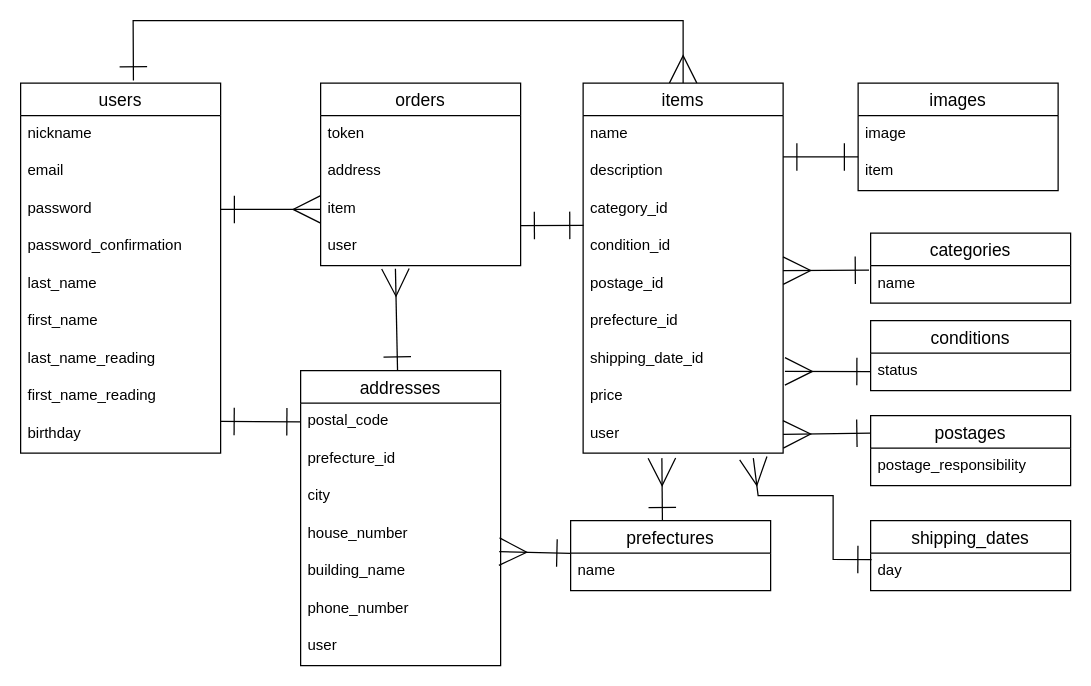
Before: ER.dio in haruharuGit/furima-41687, a draw.io diagram. Source tidied: cells renumbered, new cells numbered last; positions are measured from the earlier drawing's top-left corner, leaving out a move shared by most shapes. Both pictures are drawn from the tidied source at 125%, with x=0, y=0 at pixel (20, 20).
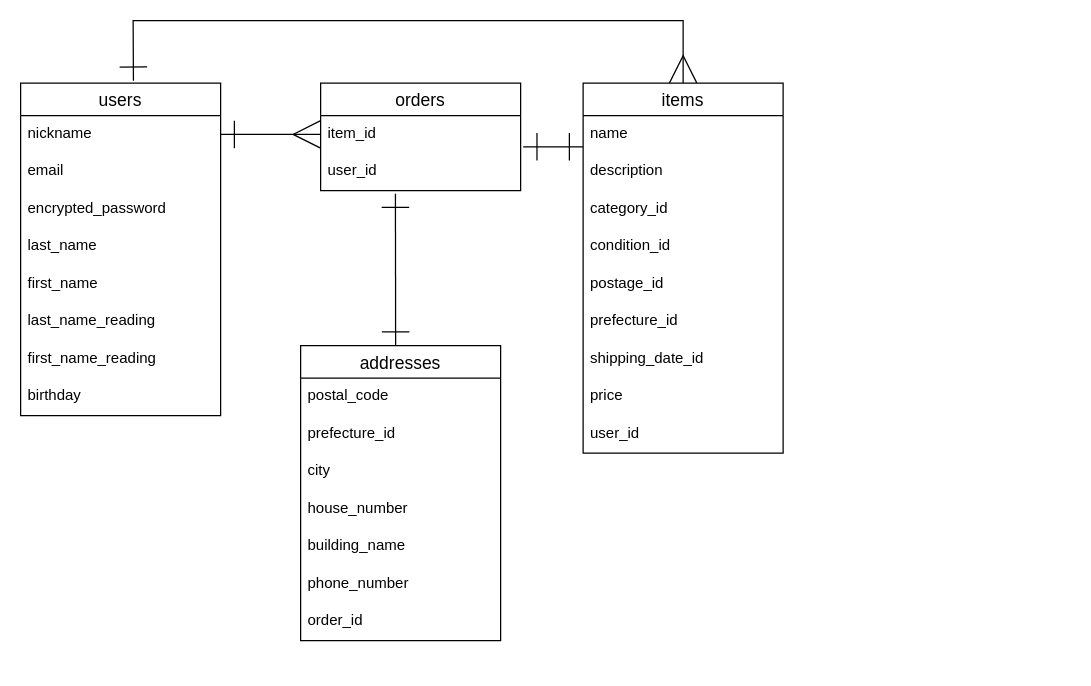
After the change.

Commit message (it also covers changes not shown here):
データベース設計(修正)

Unchanged cells that the change refers to:
```xml
<mxCell id="5" value="nickname" style="text;strokeColor=none;fillColor=none;spacingLeft=4;spacingRight=4;overflow=hidden;points=[[0,0.5],[1,0.5]];portConstraint=eastwest;fontSize=12;" parent="4" vertex="1">
  <mxGeometry y="26" width="160" height="30" as="geometry" />
</mxCell>
<mxCell id="15" value="items" style="swimlane;fontStyle=0;horizontal=1;startSize=26;align=center;fontSize=14;" parent="1" vertex="1">
  <mxGeometry x="450" y="50" width="160" height="296" as="geometry" />
</mxCell>
<mxCell id="16" value="name" style="text;strokeColor=none;fillColor=none;spacingLeft=4;spacingRight=4;overflow=hidden;points=[[0,0.5],[1,0.5]];portConstraint=eastwest;fontSize=12;" parent="15" vertex="1">
  <mxGeometry y="26" width="160" height="30" as="geometry" />
</mxCell>
<mxCell id="19" value="condition_id" style="text;strokeColor=none;fillColor=none;spacingLeft=4;spacingRight=4;overflow=hidden;points=[[0,0.5],[1,0.5]];portConstraint=eastwest;fontSize=12;" parent="15" vertex="1">
  <mxGeometry y="116" width="160" height="30" as="geometry" />
</mxCell>
<mxCell id="22" value="shipping_date_id" style="text;strokeColor=none;fillColor=none;spacingLeft=4;spacingRight=4;overflow=hidden;points=[[0,0.5],[1,0.5]];portConstraint=eastwest;fontSize=12;" parent="15" vertex="1">
  <mxGeometry y="206" width="160" height="30" as="geometry" />
</mxCell>
<mxCell id="32" value="postal_code" style="text;strokeColor=none;fillColor=none;spacingLeft=4;spacingRight=4;overflow=hidden;points=[[0,0.5],[1,0.5]];portConstraint=eastwest;fontSize=12;" parent="31" vertex="1">
  <mxGeometry y="26" width="160" height="30" as="geometry" />
</mxCell>
<mxCell id="36" value="building_name" style="text;strokeColor=none;fillColor=none;spacingLeft=4;spacingRight=4;overflow=hidden;points=[[0,0.5],[1,0.5]];portConstraint=eastwest;fontSize=12;" parent="31" vertex="1">
  <mxGeometry y="146" width="160" height="30" as="geometry" />
</mxCell>
```

Diff of the diagram source:
```diff
@@
-    <mxCell id="2" style="edgeStyle=none;rounded=0;html=1;entryX=0;entryY=0.5;entryDx=0;entryDy=0;strokeWidth=1;startArrow=ERone;startFill=0;endArrow=ERmany;endFill=0;startSize=20;endSize=20;targetPerimeterSpacing=0;exitX=1;exitY=0.5;exitDx=0;exitDy=0;" parent="1" edge="1" source="7" target="28">
+    <mxCell id="2" style="edgeStyle=none;rounded=0;html=1;entryX=0;entryY=0.5;entryDx=0;entryDy=0;strokeWidth=1;startArrow=ERone;startFill=0;endArrow=ERmany;endFill=0;startSize=20;endSize=20;targetPerimeterSpacing=0;exitX=1;exitY=0.5;exitDx=0;exitDy=0;" parent="1" edge="1" source="5" target="28">
       <mxGeometry relative="1" as="geometry" />
     </mxCell>
@@
     <mxCell id="4" value="users" style="swimlane;fontStyle=0;horizontal=1;startSize=26;align=center;fontSize=14;" parent="1" vertex="1">
-      <mxGeometry y="50" width="160" height="296" as="geometry" />
+      <mxGeometry y="50" width="160" height="266" as="geometry" />
     </mxCell>
@@
-    <mxCell id="7" value="password" style="text;strokeColor=none;fillColor=none;spacingLeft=4;spacingRight=4;overflow=hidden;points=[[0,0.5],[1,0.5]];portConstraint=eastwest;fontSize=12;" parent="4" vertex="1">
+    <mxCell id="7" value="encrypted_password" style="text;strokeColor=none;fillColor=none;spacingLeft=4;spacingRight=4;overflow=hidden;points=[[0,0.5],[1,0.5]];portConstraint=eastwest;fontSize=12;" parent="4" vertex="1">
       <mxGeometry y="86" width="160" height="30" as="geometry" />
     </mxCell>
-    <mxCell id="8" value="password_confirmation" style="text;strokeColor=none;fillColor=none;spacingLeft=4;spacingRight=4;overflow=hidden;fontSize=12;" parent="4" vertex="1">
-      <mxGeometry y="116" width="160" height="30" as="geometry" />
-    </mxCell>
     <mxCell id="9" value="last_name" style="text;strokeColor=none;fillColor=none;spacingLeft=4;spacingRight=4;overflow=hidden;fontSize=12;" parent="4" vertex="1">
-      <mxGeometry y="146" width="160" height="30" as="geometry" />
+      <mxGeometry y="116" width="160" height="30" as="geometry" />
     </mxCell>
     <mxCell id="10" value="first_name" style="text;strokeColor=none;fillColor=none;spacingLeft=4;spacingRight=4;overflow=hidden;fontSize=12;" parent="4" vertex="1">
-      <mxGeometry y="176" width="160" height="30" as="geometry" />
+      <mxGeometry y="146" width="160" height="30" as="geometry" />
     </mxCell>
     <mxCell id="11" value="last_name_reading" style="text;strokeColor=none;fillColor=none;spacingLeft=4;spacingRight=4;overflow=hidden;fontSize=12;" parent="4" vertex="1">
-      <mxGeometry y="206" width="160" height="30" as="geometry" />
+      <mxGeometry y="176" width="160" height="30" as="geometry" />
     </mxCell>
     <mxCell id="12" value="first_name_reading" style="text;strokeColor=none;fillColor=none;spacingLeft=4;spacingRight=4;overflow=hidden;fontSize=12;" parent="4" vertex="1">
-      <mxGeometry y="236" width="160" height="30" as="geometry" />
+      <mxGeometry y="206" width="160" height="30" as="geometry" />
     </mxCell>
     <mxCell id="13" value="birthday" style="text;strokeColor=none;fillColor=none;spacingLeft=4;spacingRight=4;overflow=hidden;points=[[0,0.5],[1,0.5]];portConstraint=eastwest;fontSize=12;" parent="4" vertex="1">
-      <mxGeometry y="266" width="160" height="30" as="geometry" />
+      <mxGeometry y="236" width="160" height="30" as="geometry" />
     </mxCell>
-    <mxCell id="14" style="edgeStyle=none;rounded=0;html=1;strokeWidth=1;startArrow=ERone;startFill=0;endArrow=ERone;endFill=0;startSize=20;endSize=20;targetPerimeterSpacing=0;exitX=0.002;exitY=-0.075;exitDx=0;exitDy=0;exitPerimeter=0;" parent="1" edge="1" source="19">
-      <mxGeometry relative="1" as="geometry">
-        <mxPoint x="400" y="164" as="targetPoint" />
-      </mxGeometry>
+    <mxCell id="14" style="edgeStyle=none;rounded=0;html=1;strokeWidth=1;startArrow=ERone;startFill=0;endArrow=ERone;endFill=0;startSize=20;endSize=20;targetPerimeterSpacing=0;exitX=0;exitY=0.833;exitDx=0;exitDy=0;exitPerimeter=0;entryX=1.013;entryY=0.833;entryDx=0;entryDy=0;entryPerimeter=0;" parent="1" edge="1" source="16" target="28">
+      <mxGeometry relative="1" as="geometry" />
     </mxCell>
@@
-    <mxCell id="24" value="user" style="text;strokeColor=none;fillColor=none;spacingLeft=4;spacingRight=4;overflow=hidden;points=[[0,0.5],[1,0.5]];portConstraint=eastwest;fontSize=12;" parent="15" vertex="1">
+    <mxCell id="24" value="user_id" style="text;strokeColor=none;fillColor=none;spacingLeft=4;spacingRight=4;overflow=hidden;points=[[0,0.5],[1,0.5]];portConstraint=eastwest;fontSize=12;" parent="15" vertex="1">
       <mxGeometry y="266" width="160" height="30" as="geometry" />
     </mxCell>
     <mxCell id="25" value="orders" style="swimlane;fontStyle=0;horizontal=1;startSize=26;align=center;fontSize=14;" parent="1" vertex="1">
-      <mxGeometry x="240" y="50" width="160" height="146" as="geometry" />
+      <mxGeometry x="240" y="50" width="160" height="86" as="geometry" />
     </mxCell>
-    <mxCell id="26" value="token" style="text;strokeColor=none;fillColor=none;spacingLeft=4;spacingRight=4;overflow=hidden;fontSize=12;" parent="25" vertex="1">
-      <mxGeometry y="26" width="160" height="30" as="geometry" />
-    </mxCell>
-    <mxCell id="27" value="address" style="text;strokeColor=none;fillColor=none;spacingLeft=4;spacingRight=4;overflow=hidden;fontSize=12;" parent="25" vertex="1">
-      <mxGeometry y="56" width="160" height="30" as="geometry" />
-    </mxCell>
-    <mxCell id="28" value="item" style="text;strokeColor=none;fillColor=none;spacingLeft=4;spacingRight=4;overflow=hidden;points=[[0,0.5],[1,0.5]];portConstraint=eastwest;fontSize=12;" parent="25" vertex="1">
-      <mxGeometry y="86" width="160" height="30" as="geometry" />
+    <mxCell id="28" value="item_id" style="text;strokeColor=none;fillColor=none;spacingLeft=4;spacingRight=4;overflow=hidden;points=[[0,0.5],[1,0.5]];portConstraint=eastwest;fontSize=12;" parent="25" vertex="1">
+      <mxGeometry y="26" width="160" height="30" as="geometry" />
     </mxCell>
-    <mxCell id="29" value="user" style="text;strokeColor=none;fillColor=none;spacingLeft=4;spacingRight=4;overflow=hidden;points=[[0,0.5],[1,0.5]];portConstraint=eastwest;fontSize=12;" parent="25" vertex="1">
-      <mxGeometry y="116" width="160" height="30" as="geometry" />
+    <mxCell id="29" value="user_id" style="text;strokeColor=none;fillColor=none;spacingLeft=4;spacingRight=4;overflow=hidden;points=[[0,0.5],[1,0.5]];portConstraint=eastwest;fontSize=12;" parent="25" vertex="1">
+      <mxGeometry y="56" width="160" height="30" as="geometry" />
     </mxCell>
-    <mxCell id="30" style="edgeStyle=none;rounded=0;html=1;strokeWidth=1;startArrow=ERone;startFill=0;endArrow=ERone;endFill=0;startSize=20;endSize=20;targetPerimeterSpacing=0;exitX=0;exitY=0.5;exitDx=0;exitDy=0;entryX=0.999;entryY=0.153;entryDx=0;entryDy=0;entryPerimeter=0;" parent="1" edge="1" source="32" target="13">
-      <mxGeometry relative="1" as="geometry" />
-    </mxCell>
     <mxCell id="31" value="addresses" style="swimlane;fontStyle=0;horizontal=1;startSize=26;align=center;fontSize=14;" parent="1" vertex="1">
-      <mxGeometry x="224" y="280" width="160" height="236" as="geometry" />
+      <mxGeometry x="224" y="260" width="160" height="236" as="geometry" />
     </mxCell>
@@
-    <mxCell id="38" value="user" style="text;strokeColor=none;fillColor=none;spacingLeft=4;spacingRight=4;overflow=hidden;fontSize=12;" parent="31" vertex="1">
+    <mxCell id="38" value="order_id" style="text;strokeColor=none;fillColor=none;spacingLeft=4;spacingRight=4;overflow=hidden;fontSize=12;" parent="31" vertex="1">
       <mxGeometry y="206" width="160" height="30" as="geometry" />
     </mxCell>
-    <mxCell id="39" value="images" style="swimlane;fontStyle=0;horizontal=1;startSize=26;align=center;fontSize=14;" parent="1" vertex="1">
-      <mxGeometry x="670" y="50" width="160" height="86" as="geometry" />
-    </mxCell>
-    <mxCell id="40" value="image" style="text;strokeColor=none;fillColor=none;spacingLeft=4;spacingRight=4;overflow=hidden;fontSize=12;" parent="39" vertex="1">
-      <mxGeometry y="26" width="160" height="30" as="geometry" />
-    </mxCell>
-    <mxCell id="41" value="item" style="text;strokeColor=none;fillColor=none;spacingLeft=4;spacingRight=4;overflow=hidden;fontSize=12;" parent="39" vertex="1">
-      <mxGeometry y="56" width="160" height="30" as="geometry" />
-    </mxCell>
-    <mxCell id="42" style="edgeStyle=none;rounded=0;html=1;strokeWidth=1;startArrow=ERone;startFill=0;endArrow=ERone;endFill=0;startSize=20;endSize=20;targetPerimeterSpacing=0;" parent="1" edge="1">
-      <mxGeometry relative="1" as="geometry">
-        <mxPoint x="610" y="109" as="sourcePoint" />
-        <mxPoint x="670" y="109" as="targetPoint" />
-      </mxGeometry>
-    </mxCell>
-    <mxCell id="43" value="categories" style="swimlane;fontStyle=0;horizontal=1;startSize=26;align=center;fontSize=14;" parent="1" vertex="1">
-      <mxGeometry x="680" y="170" width="160" height="56" as="geometry" />
-    </mxCell>
-    <mxCell id="44" value="name" style="text;strokeColor=none;fillColor=none;spacingLeft=4;spacingRight=4;overflow=hidden;points=[[0,0.5],[1,0.5]];portConstraint=eastwest;fontSize=12;" parent="43" vertex="1">
-      <mxGeometry y="26" width="160" height="30" as="geometry" />
-    </mxCell>
-    <mxCell id="45" style="edgeStyle=none;rounded=0;html=1;strokeWidth=1;startArrow=ERmany;startFill=0;endArrow=ERone;endFill=0;startSize=20;endSize=20;targetPerimeterSpacing=0;entryX=-0.008;entryY=0.118;entryDx=0;entryDy=0;entryPerimeter=0;" parent="1" edge="1" target="44">
-      <mxGeometry relative="1" as="geometry">
-        <mxPoint x="610" y="200" as="sourcePoint" />
-      </mxGeometry>
-    </mxCell>
-    <mxCell id="46" style="edgeStyle=none;rounded=0;html=1;strokeWidth=1;startArrow=ERone;startFill=0;endArrow=ERmany;endFill=0;startSize=20;endSize=20;targetPerimeterSpacing=0;exitX=0.459;exitY=0.01;exitDx=0;exitDy=0;exitPerimeter=0;" parent="1" edge="1" source="48">
-      <mxGeometry relative="1" as="geometry">
-        <mxPoint x="513" y="350" as="targetPoint" />
-      </mxGeometry>
-    </mxCell>
-    <mxCell id="47" style="edgeStyle=none;rounded=0;html=1;entryX=0.993;entryY=-0.04;entryDx=0;entryDy=0;entryPerimeter=0;strokeWidth=1;startArrow=ERone;startFill=0;endArrow=ERmany;endFill=0;startSize=20;endSize=20;targetPerimeterSpacing=0;" parent="1" edge="1" source="48" target="36">
-      <mxGeometry relative="1" as="geometry" />
-    </mxCell>
-    <mxCell id="48" value="prefectures" style="swimlane;fontStyle=0;horizontal=1;startSize=26;align=center;fontSize=14;" parent="1" vertex="1">
-      <mxGeometry x="440" y="400" width="160" height="56" as="geometry" />
-    </mxCell>
-    <mxCell id="49" value="name" style="text;strokeColor=none;fillColor=none;spacingLeft=4;spacingRight=4;overflow=hidden;fontSize=12;" parent="48" vertex="1">
-      <mxGeometry y="26" width="160" height="30" as="geometry" />
-    </mxCell>
-    <mxCell id="50" style="edgeStyle=none;rounded=0;html=1;strokeWidth=1;startArrow=ERone;startFill=0;endArrow=ERmany;endFill=0;startSize=20;endSize=20;targetPerimeterSpacing=0;entryX=0.374;entryY=1.082;entryDx=0;entryDy=0;entryPerimeter=0;" parent="1" edge="1" source="31" target="29">
-      <mxGeometry relative="1" as="geometry" />
+    <mxCell id="50" style="edgeStyle=none;rounded=0;html=1;strokeWidth=1;startArrow=ERone;startFill=0;endArrow=ERone;endFill=0;startSize=20;endSize=20;targetPerimeterSpacing=0;entryX=0.374;entryY=1.082;entryDx=0;entryDy=0;entryPerimeter=0;" parent="1" edge="1" target="29">
+      <mxGeometry relative="1" as="geometry">
+        <mxPoint x="300" y="260" as="sourcePoint" />
+      </mxGeometry>
     </mxCell>
-    <mxCell id="51" value="conditions" style="swimlane;fontStyle=0;horizontal=1;startSize=26;align=center;fontSize=14;" parent="1" vertex="1">
-      <mxGeometry x="680" y="240" width="160" height="56" as="geometry" />
-    </mxCell>
-    <mxCell id="52" value="status" style="text;strokeColor=none;fillColor=none;spacingLeft=4;spacingRight=4;overflow=hidden;points=[[0,0.5],[1,0.5]];portConstraint=eastwest;fontSize=12;" parent="51" vertex="1">
-      <mxGeometry y="26" width="160" height="30" as="geometry" />
-    </mxCell>
-    <mxCell id="53" style="edgeStyle=none;rounded=0;html=1;strokeWidth=1;startArrow=ERone;startFill=0;endArrow=ERmany;endFill=0;startSize=20;endSize=20;targetPerimeterSpacing=0;entryX=1.009;entryY=0.819;entryDx=0;entryDy=0;entryPerimeter=0;" parent="1" edge="1" source="52" target="22">
-      <mxGeometry relative="1" as="geometry" />
-    </mxCell>
-    <mxCell id="54" value="postages" style="swimlane;fontStyle=0;horizontal=1;startSize=26;align=center;fontSize=14;" parent="1" vertex="1">
-      <mxGeometry x="680" y="316" width="160" height="56" as="geometry" />
-    </mxCell>
-    <mxCell id="55" value="postage_responsibility" style="text;strokeColor=none;fillColor=none;spacingLeft=4;spacingRight=4;overflow=hidden;fontSize=12;" parent="54" vertex="1">
-      <mxGeometry y="26" width="160" height="30" as="geometry" />
-    </mxCell>
-    <mxCell id="56" value="shipping_dates" style="swimlane;fontStyle=0;horizontal=1;startSize=26;align=center;fontSize=14;" parent="1" vertex="1">
-      <mxGeometry x="680" y="400" width="160" height="56" as="geometry" />
-    </mxCell>
-    <mxCell id="57" value="day" style="text;strokeColor=none;fillColor=none;spacingLeft=4;spacingRight=4;overflow=hidden;points=[[0,0.5],[1,0.5]];portConstraint=eastwest;fontSize=12;" parent="56" vertex="1">
-      <mxGeometry y="26" width="160" height="30" as="geometry" />
-    </mxCell>
-    <mxCell id="58" style="edgeStyle=none;rounded=0;html=1;strokeWidth=1;startArrow=ERone;startFill=0;endArrow=ERmany;endFill=0;startSize=20;endSize=20;targetPerimeterSpacing=0;exitX=0;exitY=0.25;exitDx=0;exitDy=0;entryX=1;entryY=0.5;entryDx=0;entryDy=0;" parent="1" edge="1" source="54" target="24">
-      <mxGeometry relative="1" as="geometry" />
-    </mxCell>
-    <mxCell id="59" style="edgeStyle=none;rounded=0;html=1;strokeWidth=1;startArrow=ERone;startFill=0;endArrow=ERmany;endFill=0;startSize=20;endSize=20;targetPerimeterSpacing=0;exitX=0.005;exitY=0.17;exitDx=0;exitDy=0;exitPerimeter=0;entryX=0.851;entryY=1.135;entryDx=0;entryDy=0;entryPerimeter=0;" parent="1" edge="1" source="57" target="24">
-      <mxGeometry relative="1" as="geometry">
-        <Array as="points">
-          <mxPoint x="650" y="431" />
-          <mxPoint x="650" y="380" />
-          <mxPoint x="590" y="380" />
-        </Array>
-      </mxGeometry>
-    </mxCell>
```
